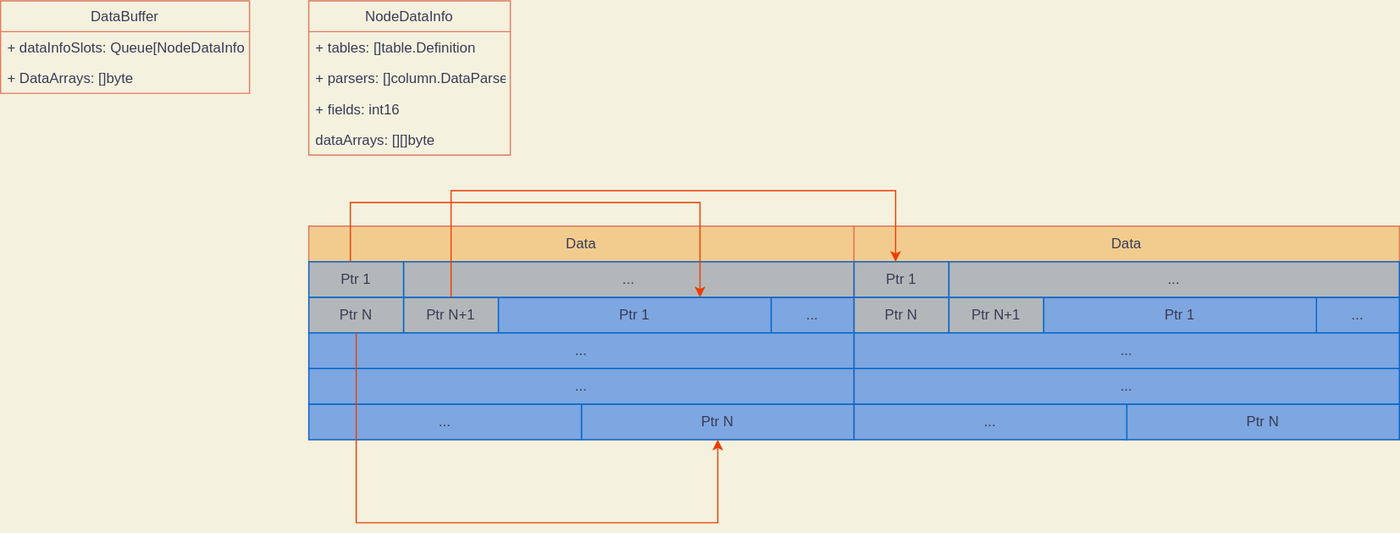
Before: documentacion/executor/Data.svg, a diagram exported from draw.io (Harry29-exe/HomegrownDB). Source tidied: cells renumbered, new cells last; positions are measured from the earlier drawing's top-left corner, leaving out a move shared by most shapes.
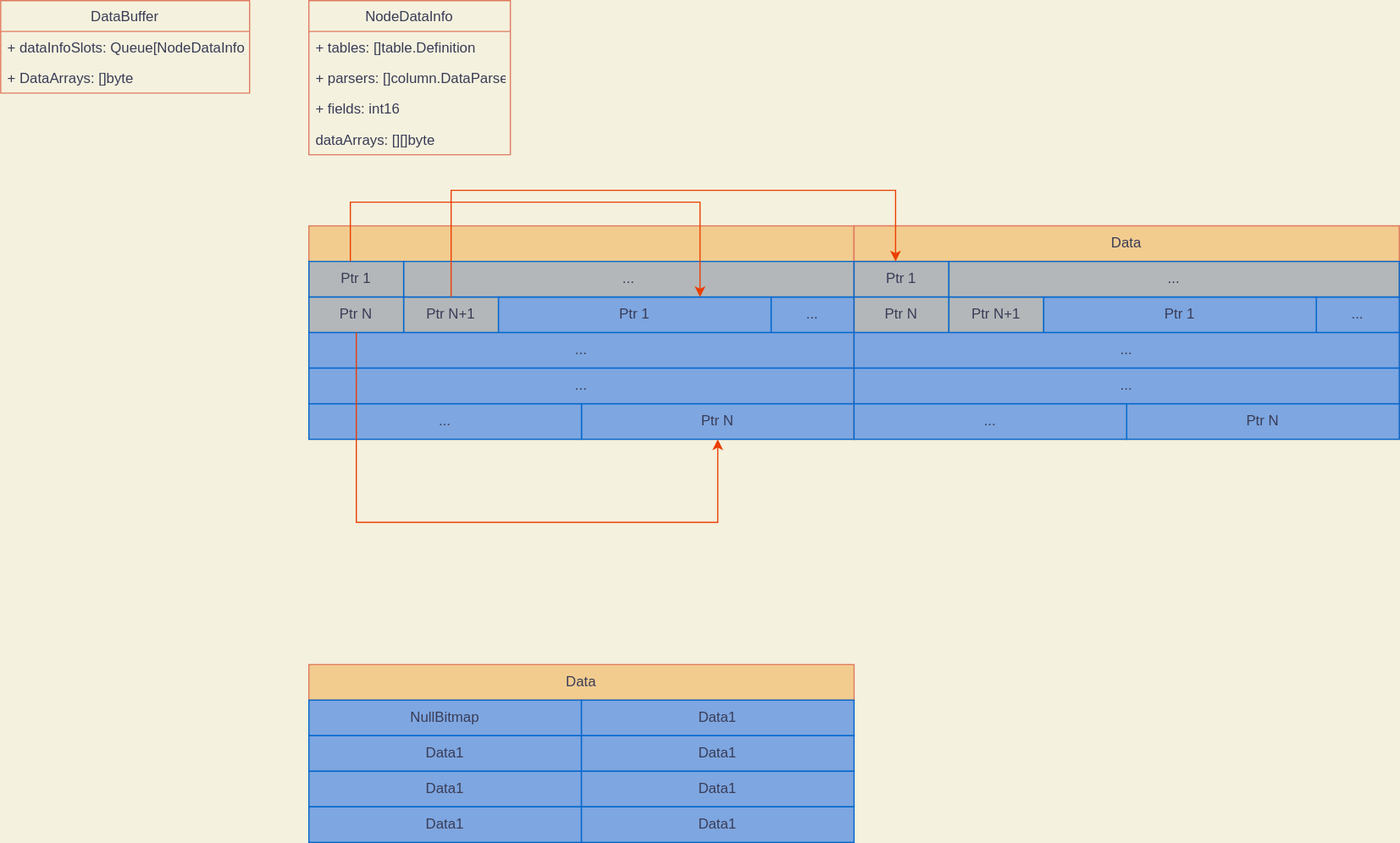
After the commit.

Diff of the diagram source:
```diff
@@ -30,7 +30,7 @@
       <mxGeometry y="104" width="170" height="26" as="geometry" />
     </mxCell>
     <mxCell id="11" value="Data" style="rounded=0;whiteSpace=wrap;html=1;sketch=0;fontColor=#393C56;strokeColor=#E07A5F;fillColor=#F2CC8F;" parent="1" vertex="1">
-      <mxGeometry x="260" y="190" width="460" height="30" as="geometry" />
+      <mxGeometry x="260" y="560" width="460" height="30" as="geometry" />
     </mxCell>
     <mxCell id="12" value="Ptr 1" style="rounded=0;whiteSpace=wrap;html=1;sketch=0;fontColor=#393C56;strokeColor=#0066CC;fillColor=#7EA6E088;" parent="1" vertex="1">
       <mxGeometry x="260" y="220" width="80" height="30" as="geometry" />
@@ -123,5 +123,29 @@
         </Array>
       </mxGeometry>
     </mxCell>
+    <mxCell id="37" value="NullBitmap" style="rounded=0;whiteSpace=wrap;html=1;sketch=0;fontColor=#393C56;strokeColor=#0066CC;fillColor=#7EA6E0;" parent="1" vertex="1">
+      <mxGeometry x="260" y="590" width="230" height="30" as="geometry" />
+    </mxCell>
+    <mxCell id="38" value="Data1" style="rounded=0;whiteSpace=wrap;html=1;sketch=0;fontColor=#393C56;strokeColor=#0066CC;fillColor=#7EA6E0;" parent="1" vertex="1">
+      <mxGeometry x="490" y="590" width="230" height="30" as="geometry" />
+    </mxCell>
+    <mxCell id="39" value="Data1" style="rounded=0;whiteSpace=wrap;html=1;sketch=0;fontColor=#393C56;strokeColor=#0066CC;fillColor=#7EA6E0;" parent="1" vertex="1">
+      <mxGeometry x="260" y="620" width="230" height="30" as="geometry" />
+    </mxCell>
+    <mxCell id="40" value="Data1" style="rounded=0;whiteSpace=wrap;html=1;sketch=0;fontColor=#393C56;strokeColor=#0066CC;fillColor=#7EA6E0;" parent="1" vertex="1">
+      <mxGeometry x="490" y="620" width="230" height="30" as="geometry" />
+    </mxCell>
+    <mxCell id="41" value="Data1" style="rounded=0;whiteSpace=wrap;html=1;sketch=0;fontColor=#393C56;strokeColor=#0066CC;fillColor=#7EA6E0;" parent="1" vertex="1">
+      <mxGeometry x="260" y="650" width="230" height="30" as="geometry" />
+    </mxCell>
+    <mxCell id="42" value="Data1" style="rounded=0;whiteSpace=wrap;html=1;sketch=0;fontColor=#393C56;strokeColor=#0066CC;fillColor=#7EA6E0;" parent="1" vertex="1">
+      <mxGeometry x="490" y="650" width="230" height="30" as="geometry" />
+    </mxCell>
+    <mxCell id="43" value="Data1" style="rounded=0;whiteSpace=wrap;html=1;sketch=0;fontColor=#393C56;strokeColor=#0066CC;fillColor=#7EA6E0;" parent="1" vertex="1">
+      <mxGeometry x="260" y="680" width="230" height="30" as="geometry" />
+    </mxCell>
+    <mxCell id="44" value="Data1" style="rounded=0;whiteSpace=wrap;html=1;sketch=0;fontColor=#393C56;strokeColor=#0066CC;fillColor=#7EA6E0;" parent="1" vertex="1">
+      <mxGeometry x="490" y="680" width="230" height="30" as="geometry" />
+    </mxCell>
   </root>
 </mxGraphModel>
```
